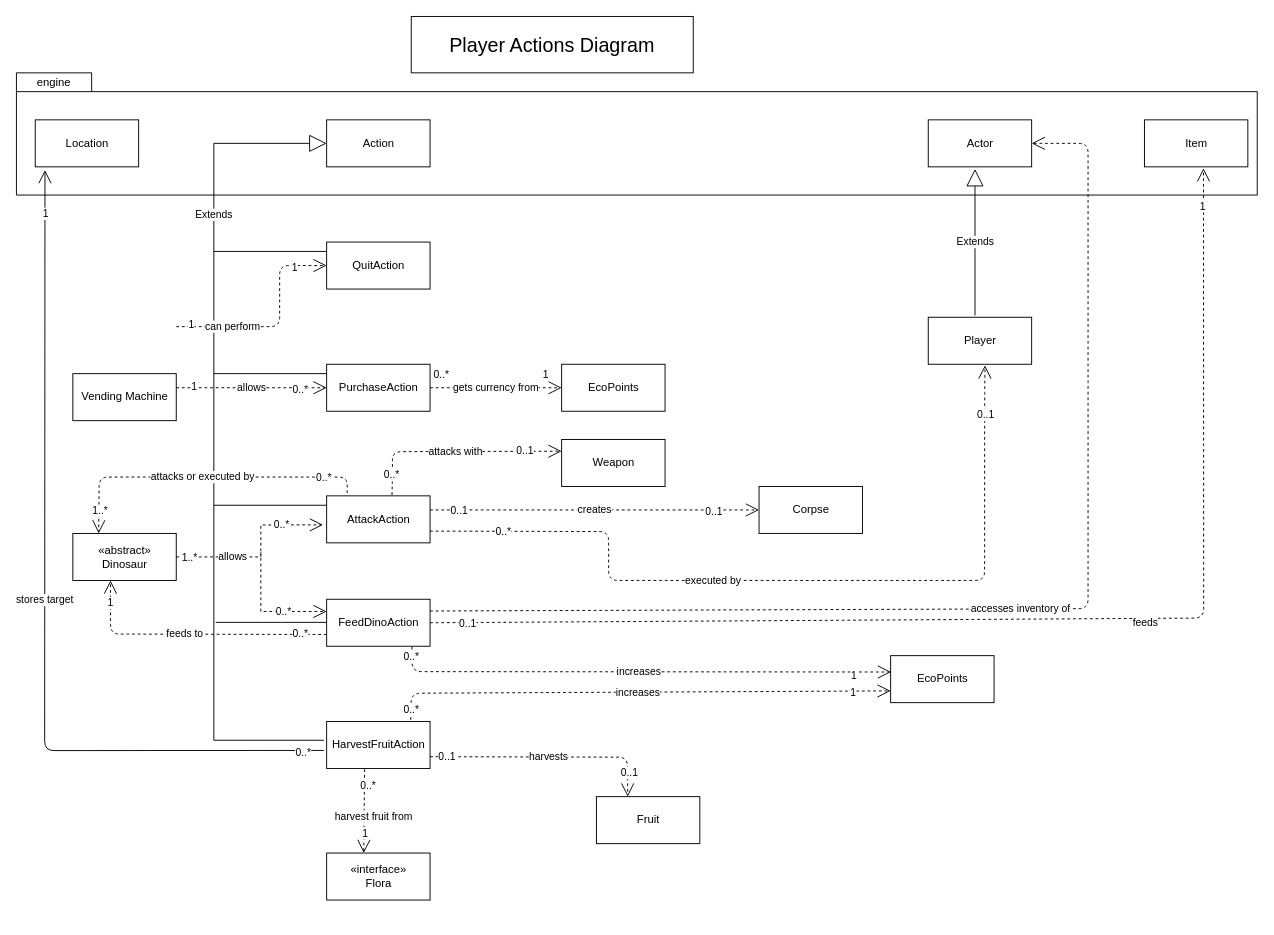
The draw.io diagram Assignment 3 diagrams/UML/Player Class Diagram.drawio in Dax246/FIT2099, before the edit. Source tidied: cells renumbered, new cells numbered last; positions are measured from the earlier drawing's top-left corner, leaving out a move shared by most shapes. Both pictures are drawn from the tidied source at 94%, with x=0, y=0 at pixel (16, 16).
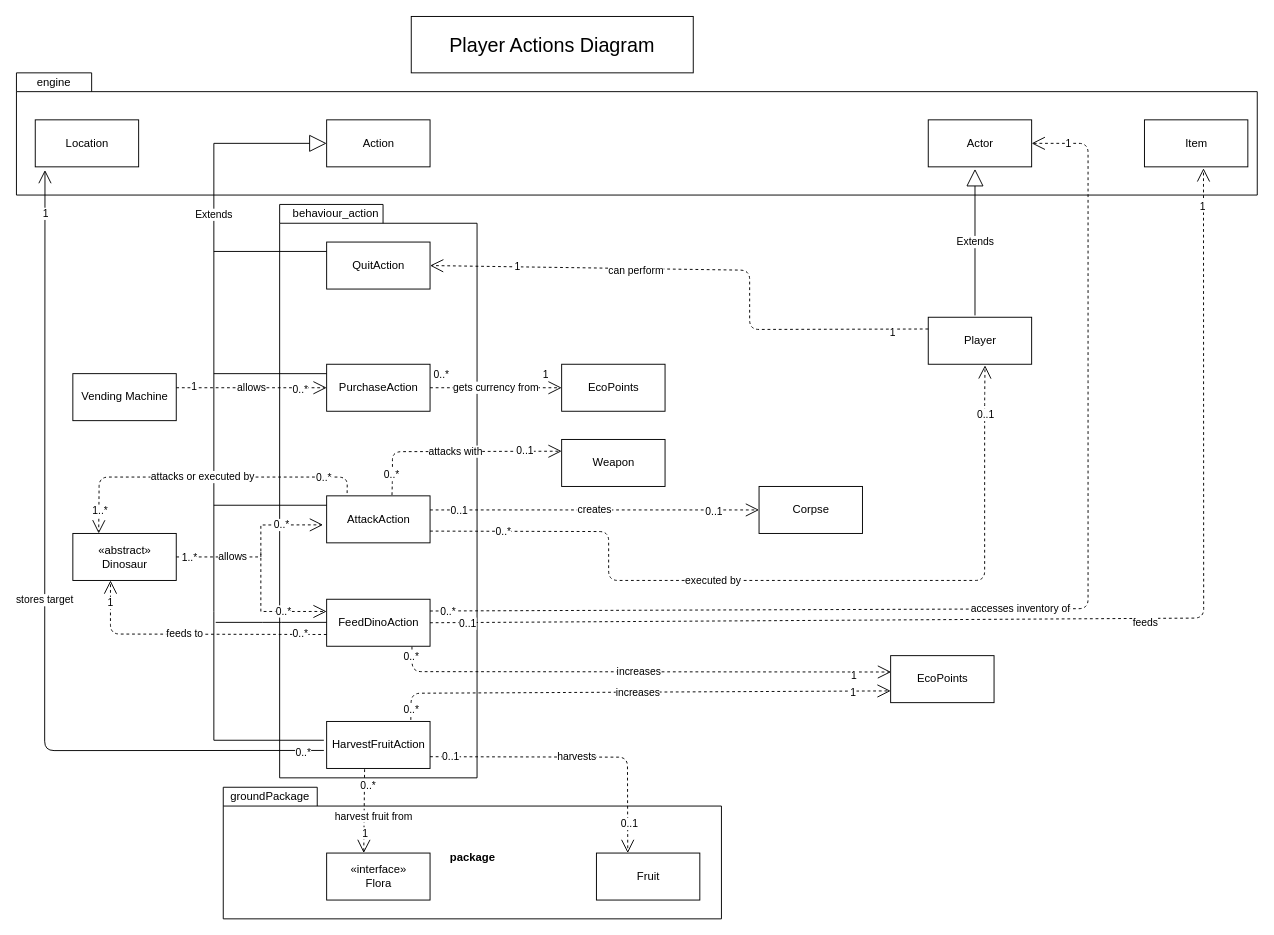
The same page after the edit.

Commit message (it also covers changes not shown here):
Fixed arrows in breeding, ground and player class diagrams

The change refers to these unchanged cells:
```xml
<mxCell id="6" value="QuitAction" style="html=1;" parent="1" vertex="1">
  <mxGeometry x="330" y="240" width="110" height="50" as="geometry" />
</mxCell>
<mxCell id="10" value="Player" style="html=1;" parent="1" vertex="1">
  <mxGeometry x="970" y="320" width="110" height="50" as="geometry" />
</mxCell>
<mxCell id="52" value="accesses inventory of" style="endArrow=open;endSize=12;dashed=1;html=1;strokeWidth=1;exitX=1;exitY=0.25;exitDx=0;exitDy=0;entryX=1;entryY=0.5;entryDx=0;entryDy=0;" parent="1" edge="1" source="3" target="9">
  <mxGeometry relative="1" as="geometry">
    <Array as="points">
      <mxPoint x="1140" y="630" />
      <mxPoint x="1140" y="380" />
      <mxPoint x="1140" y="135" />
    </Array>
  </mxGeometry>
</mxCell>
```

Change to the diagram source:
```diff
@@
+    <mxCell id="77" value="package" style="shape=folder;fontStyle=1;spacingTop=10;tabWidth=100;tabHeight=20;tabPosition=left;html=1;" parent="1" vertex="1">
+      <mxGeometry x="220" y="820" width="530" height="140" as="geometry" />
+    </mxCell>
+    <mxCell id="78" style="shape=folder;fontStyle=1;spacingTop=10;tabWidth=110;tabHeight=20;tabPosition=left;html=1;" parent="1" vertex="1">
+      <mxGeometry x="280" y="200" width="210" height="610" as="geometry" />
+    </mxCell>
@@
-    <mxCell id="18" value="can perform" style="endArrow=open;endSize=12;dashed=1;html=1;entryX=0;entryY=0.5;entryDx=0;entryDy=0;" parent="1" edge="1" target="6">
-      <mxGeometry x="-0.47" relative="1" as="geometry">
-        <mxPoint x="170" y="330" as="sourcePoint" />
+    <mxCell id="18" value="can perform" style="endArrow=open;endSize=12;dashed=1;html=1;entryX=1;entryY=0.5;entryDx=0;entryDy=0;exitX=0;exitY=0.25;exitDx=0;exitDy=0;" parent="1" edge="1" source="10" target="6">
+      <mxGeometry x="0.26" y="2" relative="1" as="geometry">
         <Array as="points">
-          <mxPoint x="280" y="330" />
-          <mxPoint x="280" y="265" />
+          <mxPoint x="780" y="333" />
+          <mxPoint x="780" y="270" />
         </Array>
       </mxGeometry>
     </mxCell>
@@
+    <mxCell id="79" value="1" style="edgeLabel;html=1;align=center;verticalAlign=middle;" parent="52" vertex="1">
+      <mxGeometry x="0.94" y="-1" relative="1" as="geometry" />
+    </mxCell>
+    <mxCell id="80" value="0..*" style="edgeLabel;html=1;align=center;verticalAlign=middle;" parent="52" vertex="1">
+      <mxGeometry x="-0.97" relative="1" as="geometry" />
+    </mxCell>
@@
     <mxCell id="65" value="Fruit" style="html=1;" parent="1" vertex="1">
-      <mxGeometry x="617" y="830" width="110" height="50" as="geometry" />
+      <mxGeometry x="617" y="890" width="110" height="50" as="geometry" />
     </mxCell>
@@
+    <mxCell id="81" value="behaviour_action" style="text;html=1;strokeColor=none;fillColor=none;align=center;verticalAlign=middle;whiteSpace=wrap;rounded=0;" parent="1" vertex="1">
+      <mxGeometry x="320" y="200" width="40" height="20" as="geometry" />
+    </mxCell>
+    <mxCell id="82" value="groundPackage" style="text;html=1;strokeColor=none;fillColor=none;align=center;verticalAlign=middle;whiteSpace=wrap;rounded=0;" parent="1" vertex="1">
+      <mxGeometry x="250" y="820" width="40" height="20" as="geometry" />
+    </mxCell>
```
